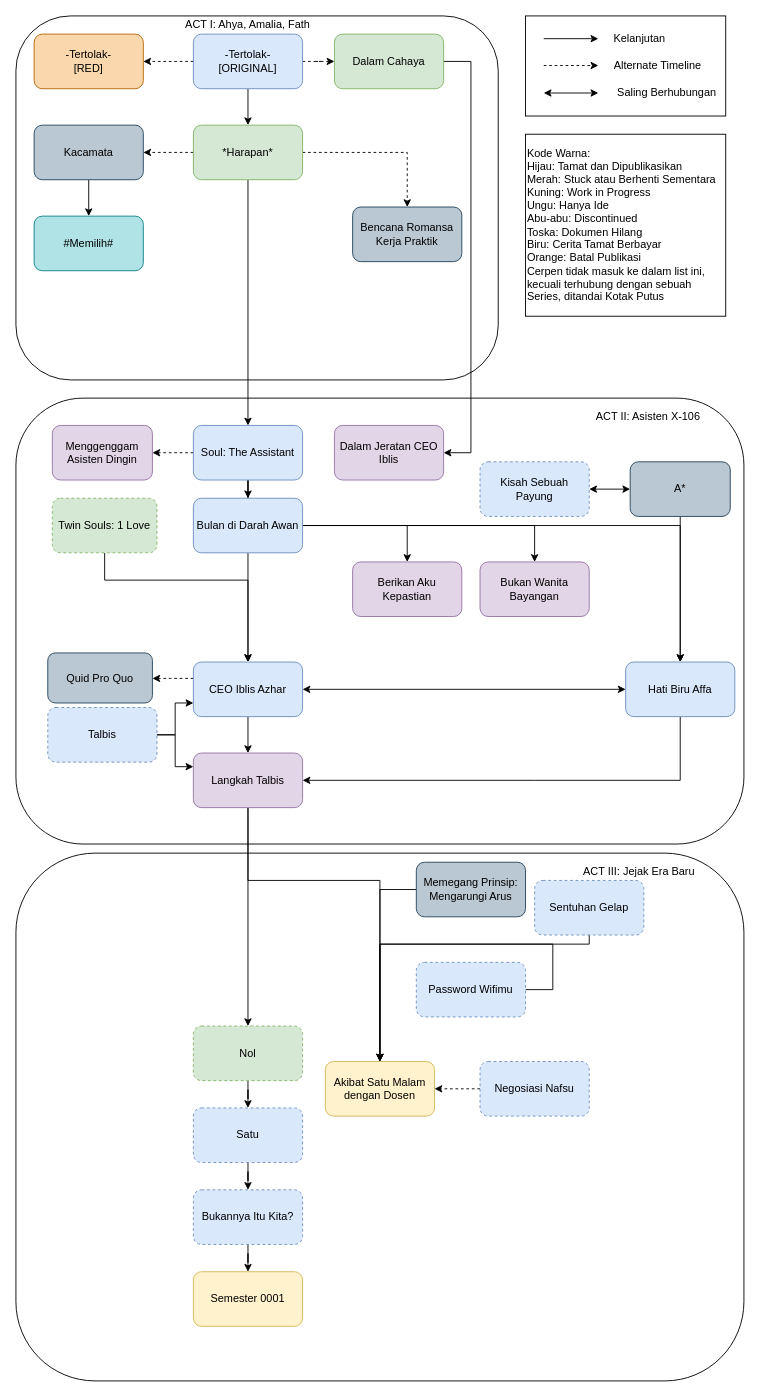
DaffaMage/affad-stories-diagram keeps this draw.io diagram as page "Affadverse" (1 of 3) of TimelineSeluruhCerita.drawio. Above is the earlier version. Source tidied: cells renumbered, new cells numbered last; positions are measured from the earlier drawing's top-left corner, leaving out a move shared by most shapes. Both pictures are drawn from the tidied source at 91%, with x=0, y=0 at pixel (15, 15).
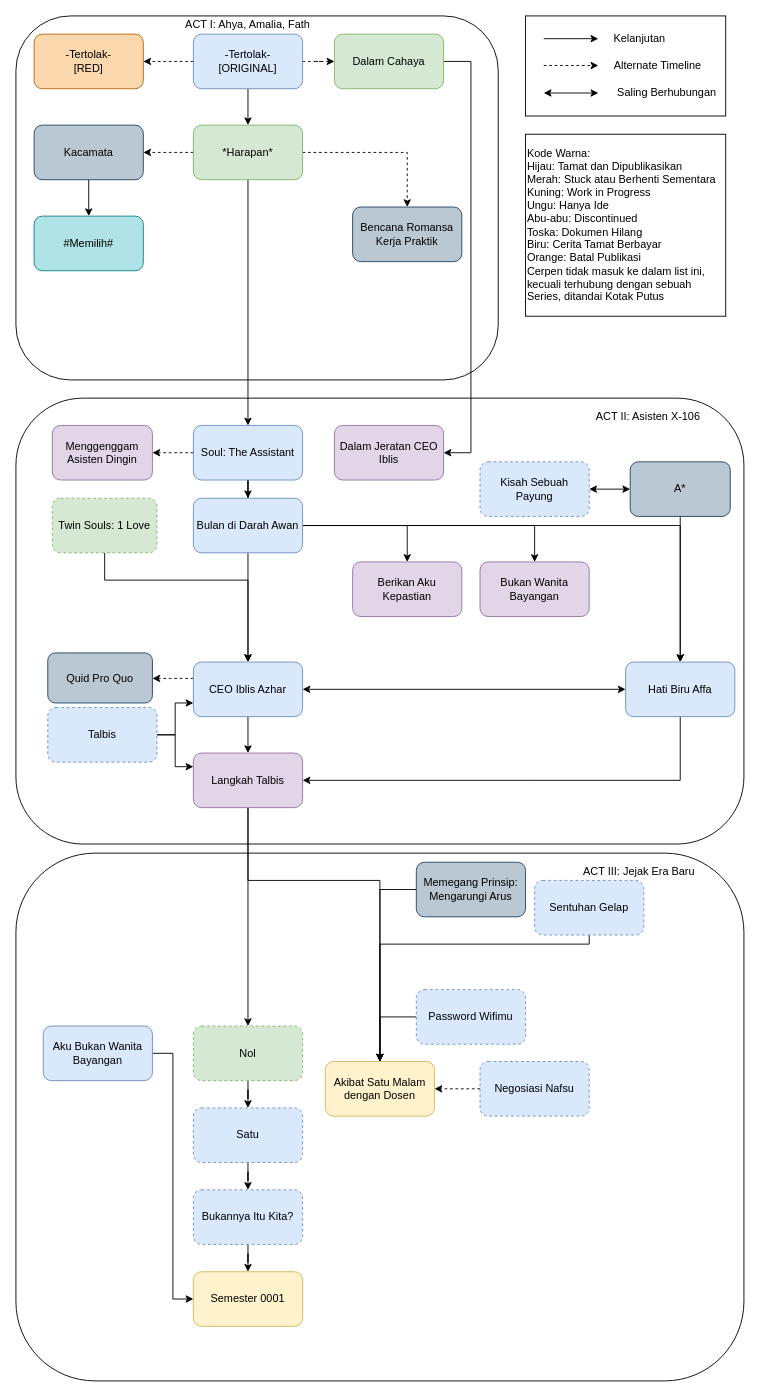
Above is the later version.

Unchanged cells that the change refers to:
```xml
<mxCell id="36" value="Semester 0001" style="rounded=1;whiteSpace=wrap;html=1;fillColor=#fff2cc;strokeColor=#d6b656;" parent="1" vertex="1">
  <mxGeometry x="195" y="1380" width="120" height="60" as="geometry" />
</mxCell>
<mxCell id="55" value="Akibat Satu Malam dengan Dosen" style="rounded=1;whiteSpace=wrap;html=1;fillColor=#fff2cc;strokeColor=#d6b656;" parent="1" vertex="1">
  <mxGeometry x="340" y="1149" width="120" height="60" as="geometry" />
</mxCell>
```

Change to the diagram source:
```diff
@@
     <mxCell id="59" style="edgeStyle=orthogonalEdgeStyle;rounded=0;jettySize=auto;html=1;" parent="1" edge="1" source="60" target="55">
       <mxGeometry relative="1" as="geometry">
         <Array as="points">
-          <mxPoint x="590" y="1070" />
-          <mxPoint x="590" y="1020" />
-          <mxPoint x="400" y="1020" />
+          <mxPoint x="400" y="1100" />
         </Array>
       </mxGeometry>
     </mxCell>
     <mxCell id="60" value="Password Wifimu" style="rounded=1;whiteSpace=wrap;html=1;fillColor=#dae8fc;strokeColor=#6c8ebf;dashed=1;" parent="1" vertex="1">
-      <mxGeometry x="440" y="1040" width="120" height="60" as="geometry" />
+      <mxGeometry x="440" y="1070" width="120" height="60" as="geometry" />
     </mxCell>
@@
+    <mxCell id="79" style="edgeStyle=orthogonalEdgeStyle;rounded=0;jettySize=auto;html=1;entryX=0;entryY=0.5;entryDx=0;entryDy=0;" parent="1" edge="1" source="80" target="36">
+      <mxGeometry relative="1" as="geometry" />
+    </mxCell>
+    <mxCell id="80" value="Aku Bukan Wanita Bayangan" style="rounded=1;whiteSpace=wrap;html=1;fillColor=#dae8fc;strokeColor=#6c8ebf;" parent="1" vertex="1">
+      <mxGeometry x="30" y="1110" width="120" height="60" as="geometry" />
+    </mxCell>
```
